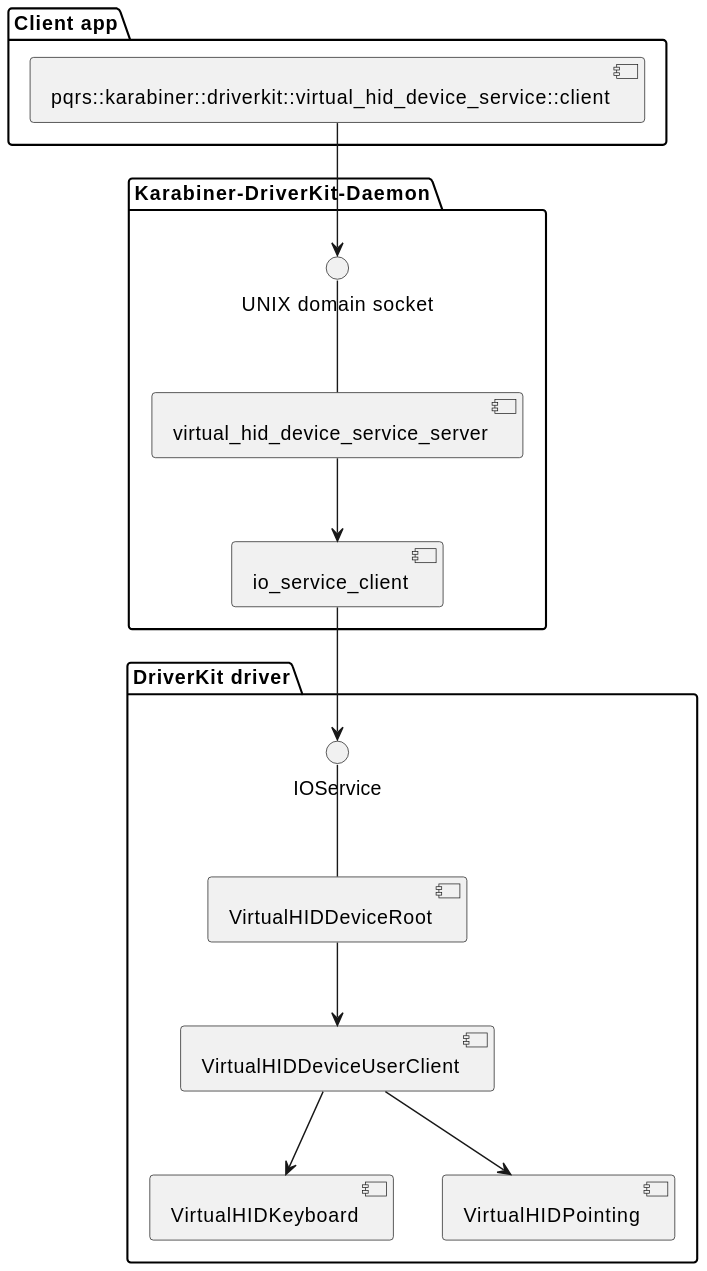
The PlantUML diagram docs/plantuml/output/components.svg in pqrs-org/Karabiner-DriverKit-VirtualHIDDevice, before a commit.
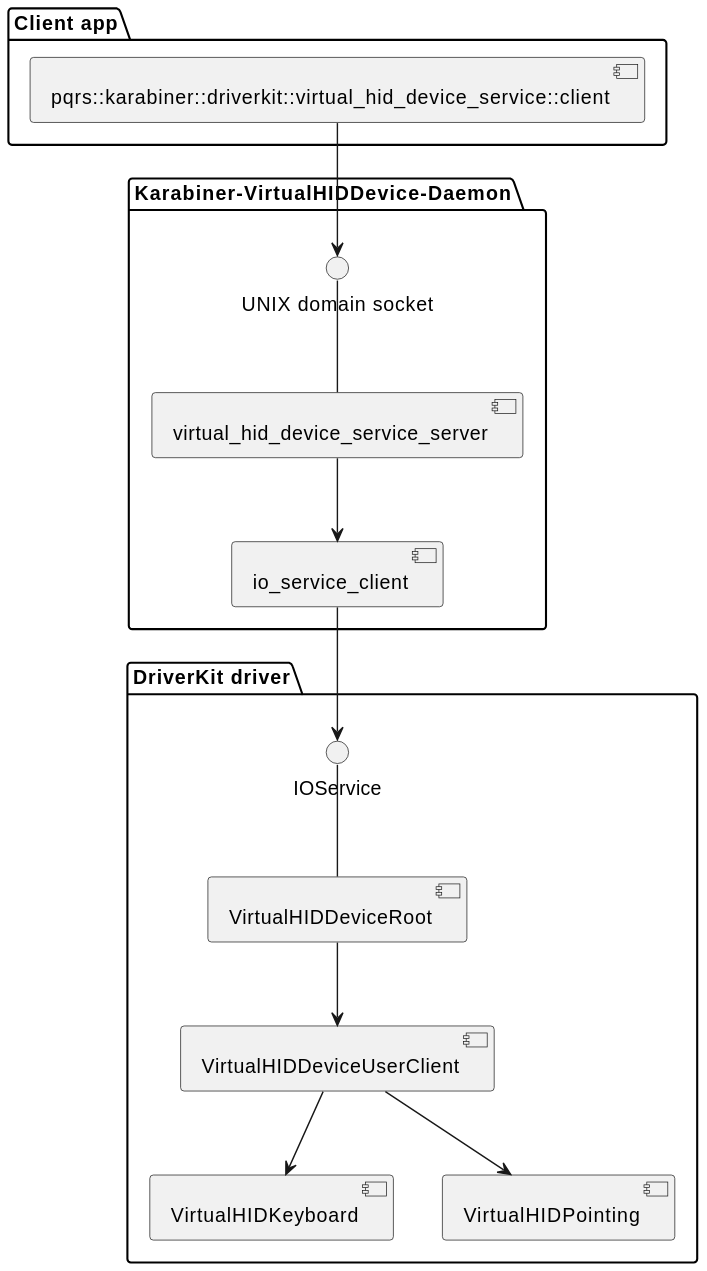
After the change.

Change to the diagram source:
```diff
@@ -6,7 +6,7 @@
   [VirtualHIDDeviceUserClient] --> [VirtualHIDPointing]
 }
 
-package "Karabiner-DriverKit-Daemon" {
+package "Karabiner-VirtualHIDDevice-Daemon" {
   () "UNIX domain socket" as serversock
   serversock -- [virtual_hid_device_service_server]
   [virtual_hid_device_service_server] --> [io_service_client]
```
